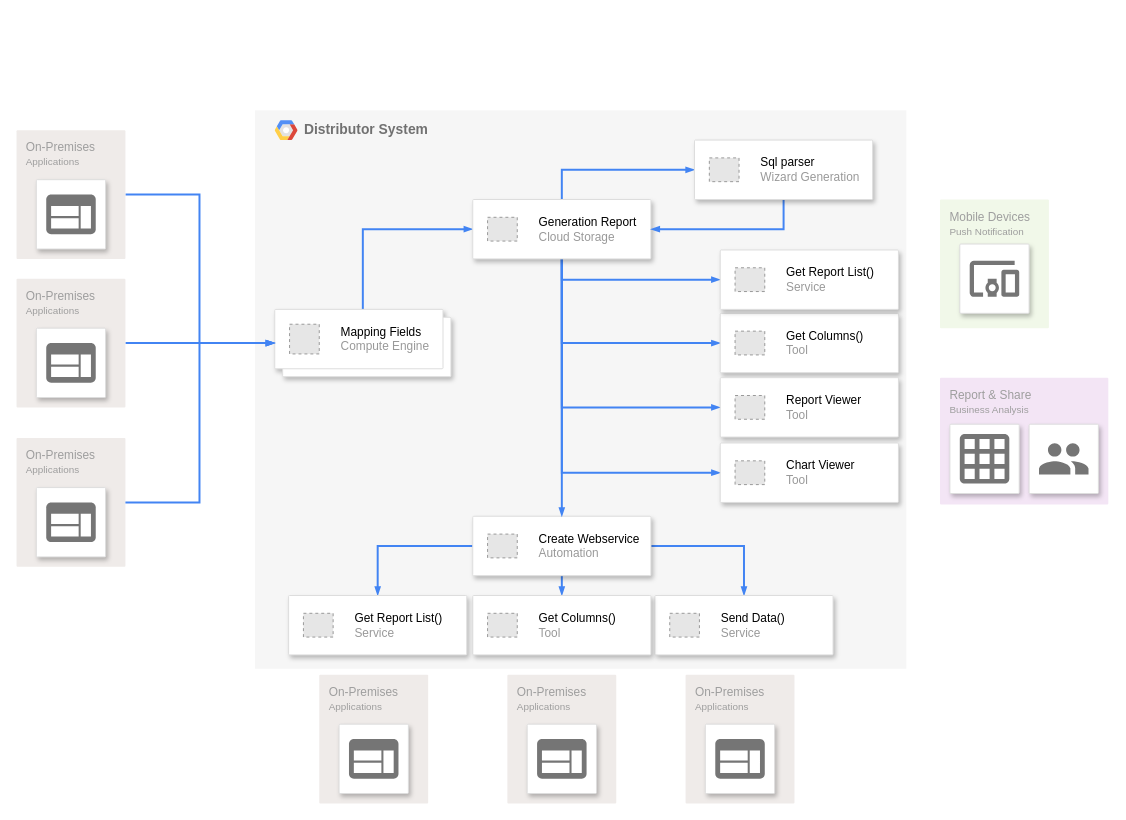
Above: Untitled Diagram.drawio in lahooooot/swot (draw.io), before the change. Source tidied: cells renumbered, new cells numbered last; positions are measured from the earlier drawing's top-left corner, leaving out a move shared by most shapes. Both pictures are drawn from the tidied source at 99%, with x=0, y=0 at pixel (16, 110). Pictures stored in the file or linked from it are replaced by grey dashed boxes.
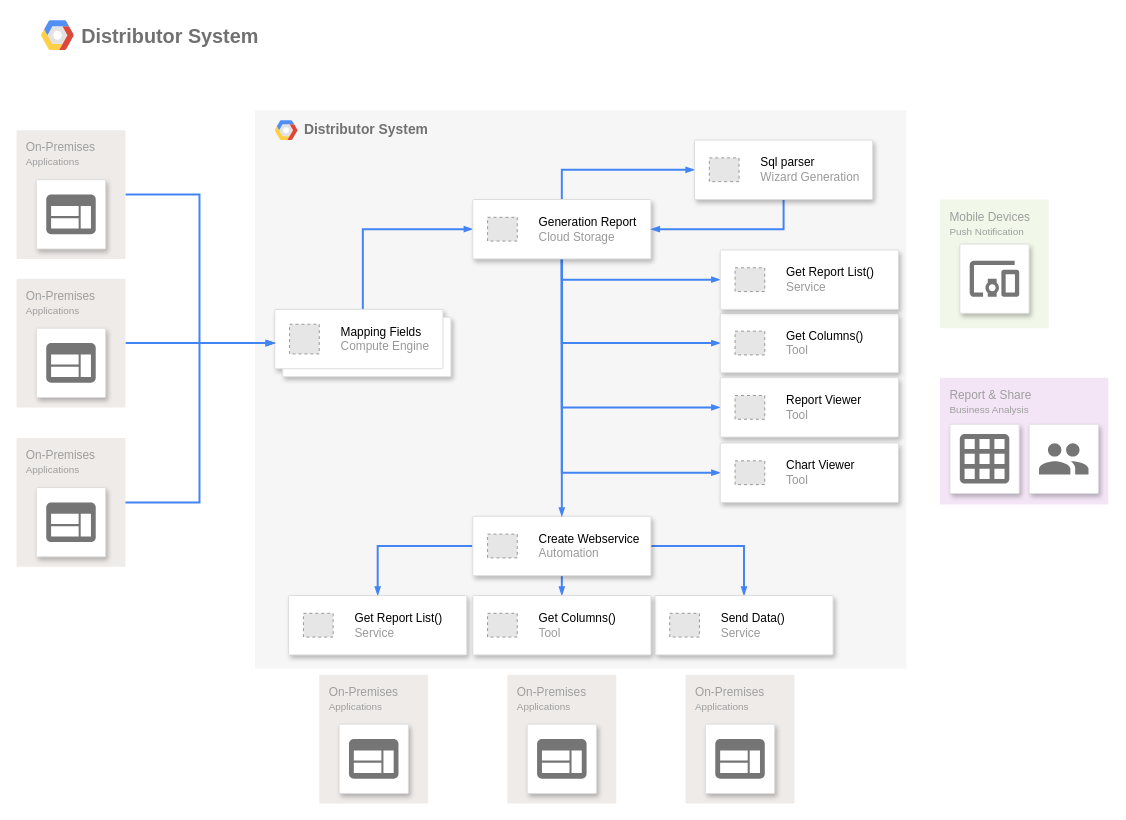
The same page after the edit.

What changed in the source:
```diff
@@
+    <mxCell id="66" style="shape=mxgraph.gcp2.google_cloud_platform;fillColor=#F6F6F6;strokeColor=none;shadow=0;gradientColor=none;" parent="1" vertex="1">
+      <mxGeometry x="25" y="-91" width="33" height="30" as="geometry" />
+    </mxCell>
+    <mxCell id="67" value="&lt;b style=&quot;forced-color-adjust: none; color: rgb(113, 113, 113); font-family: Helvetica; font-style: normal; font-variant-ligatures: normal; font-variant-caps: normal; letter-spacing: normal; orphans: 2; text-align: left; text-indent: 0px; text-transform: none; widows: 2; word-spacing: 0px; -webkit-text-stroke-width: 0px; white-space: nowrap; text-decoration-thickness: initial; text-decoration-style: initial; text-decoration-color: initial;&quot;&gt;&lt;font style=&quot;font-size: 20px;&quot;&gt;Distributor System&lt;/font&gt;&lt;/b&gt;" style="text;whiteSpace=wrap;html=1;" parent="1" vertex="1">
+      <mxGeometry x="64" y="-94" width="281" height="40" as="geometry" />
+    </mxCell>
```
